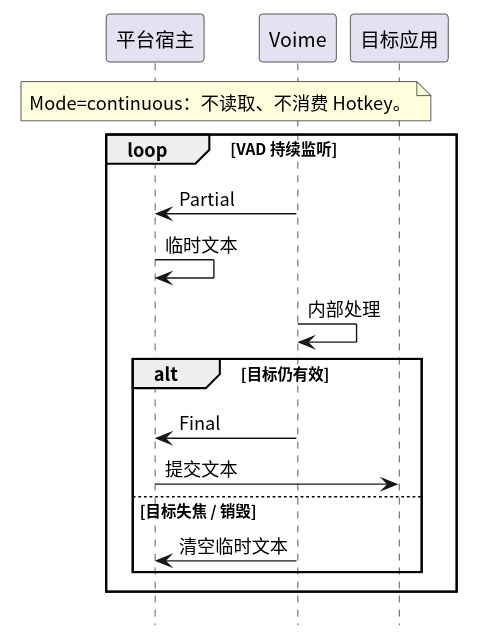
Above: diagram/seq-continuous.svg in 54m43lJ/voime (PlantUML), before the change.
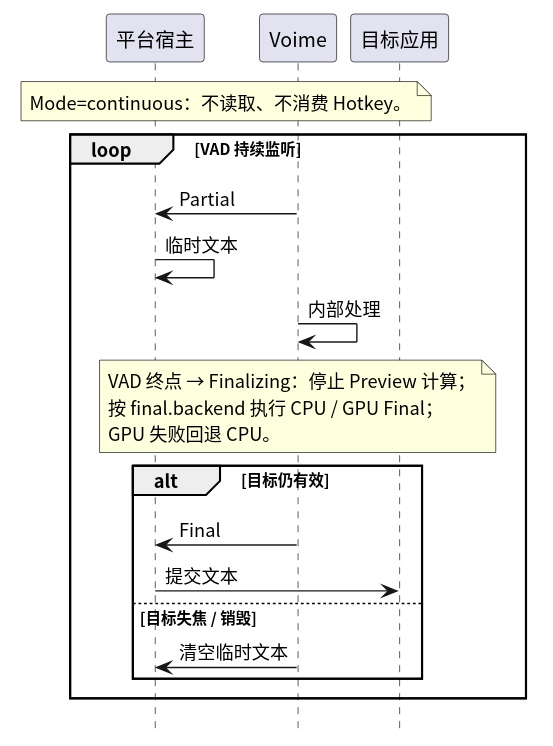
The same diagram one commit later.

Diff of the diagram source:
```diff
@@ -15,6 +15,11 @@
   Voime -> Host : Partial
   Host -> Host : 临时文本
   Voime -> Voime : 内部处理
+  note over Voime
+    VAD 终点 → Finalizing：停止 Preview 计算；
+    按 final.backend 执行 CPU / GPU Final；
+    GPU 失败回退 CPU。
+  end note
   alt 目标仍有效
     Voime -> Host : Final
     Host -> App : 提交文本
```
